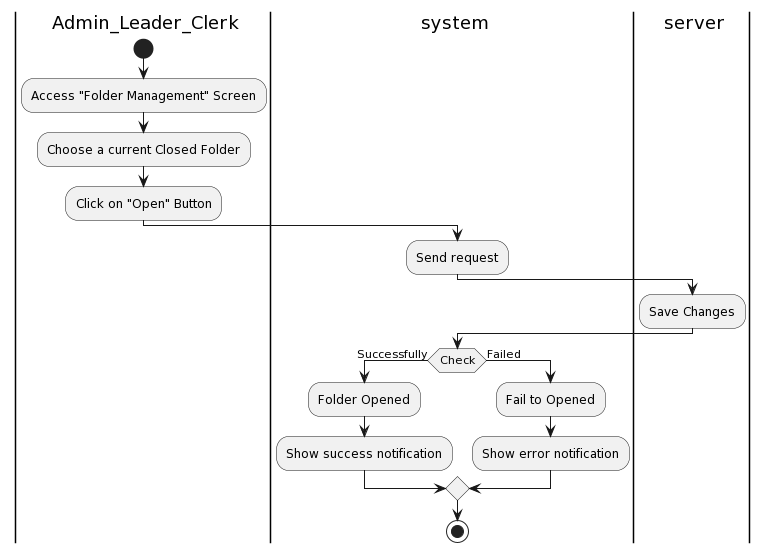
Earlier version of the PlantUML export Lab1/Lab1.2/Activity Diagram/Folder/OpenFolder/OpenFolder.png (khoapham1003/SE357-Pratice-class). The source it was exported from:
```plantuml
@startuml
|a| Admin_Leader_Clerk
|sys| system
|ser| server
|a|
start
:Access "Folder Management" Screen;
:Choose a current Closed Folder;
:Click on "Open" Button;
|sys|
:Send request;
|ser|
:Save Changes;
|sys|
if(Check) then (Successfully)
:Folder Opened;
:Show success notification;
else (Failed)
:Fail to Opened;
:Show error notification;
endif

stop
@enduml
```
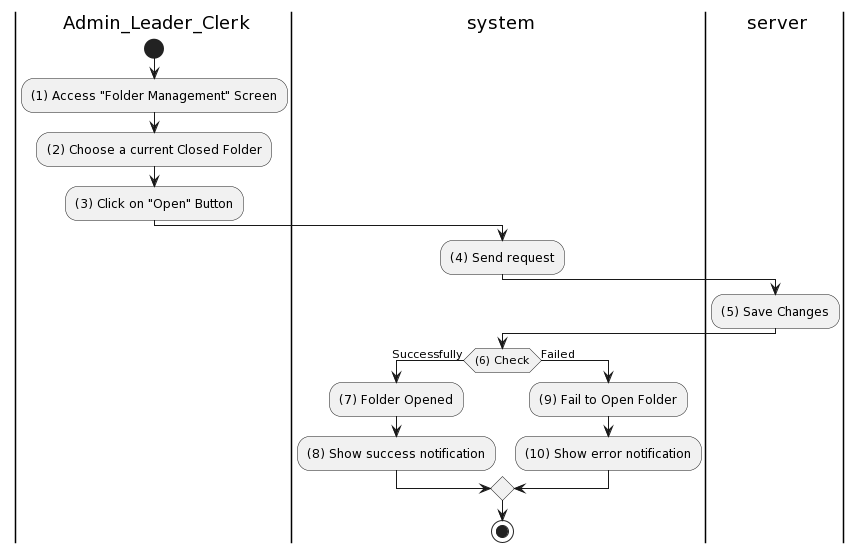
The same file after the commit.

Change to the diagram source:
```diff
@@ -4,20 +4,20 @@
 |ser| server
 |a|
 start
-:Access "Folder Management" Screen;
-:Choose a current Closed Folder;
-:Click on "Open" Button;
+:(1) Access "Folder Management" Screen;
+:(2) Choose a current Closed Folder;
+:(3) Click on "Open" Button;
 |sys|
-:Send request;
+:(4) Send request;
 |ser|
-:Save Changes;
+:(5) Save Changes;
 |sys|
-if(Check) then (Successfully)
-:Folder Opened;
-:Show success notification;
+if((6) Check) then (Successfully)
+:(7) Folder Opened;
+:(8) Show success notification;
 else (Failed)
-:Fail to Opened;
-:Show error notification;
+:(9) Fail to Open Folder;
+:(10) Show error notification;
 endif
 
 stop
```
